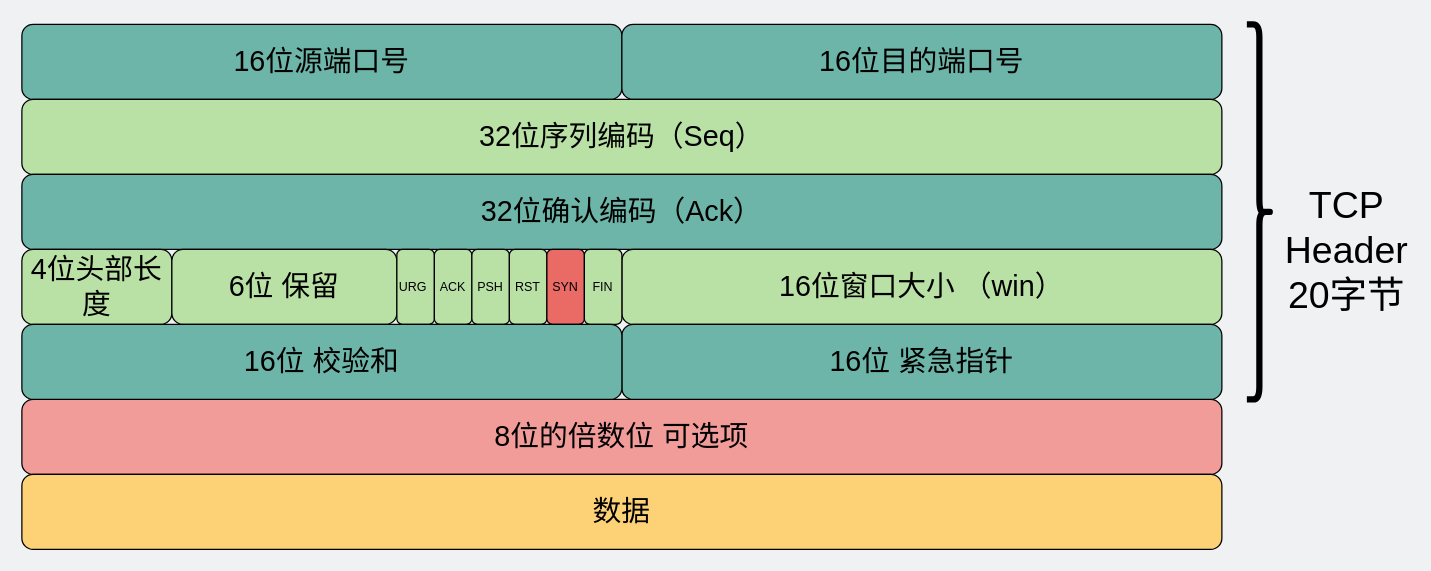
Above: network/tcp报头.drawio in xiaobaiTech/image (draw.io), before the change. Source tidied: cells renumbered, new cells numbered last; positions are measured from the earlier drawing's top-left corner, leaving out a move shared by most shapes. Both pictures are drawn from the tidied source at 125%, with x=0, y=0 at pixel (21, 24).
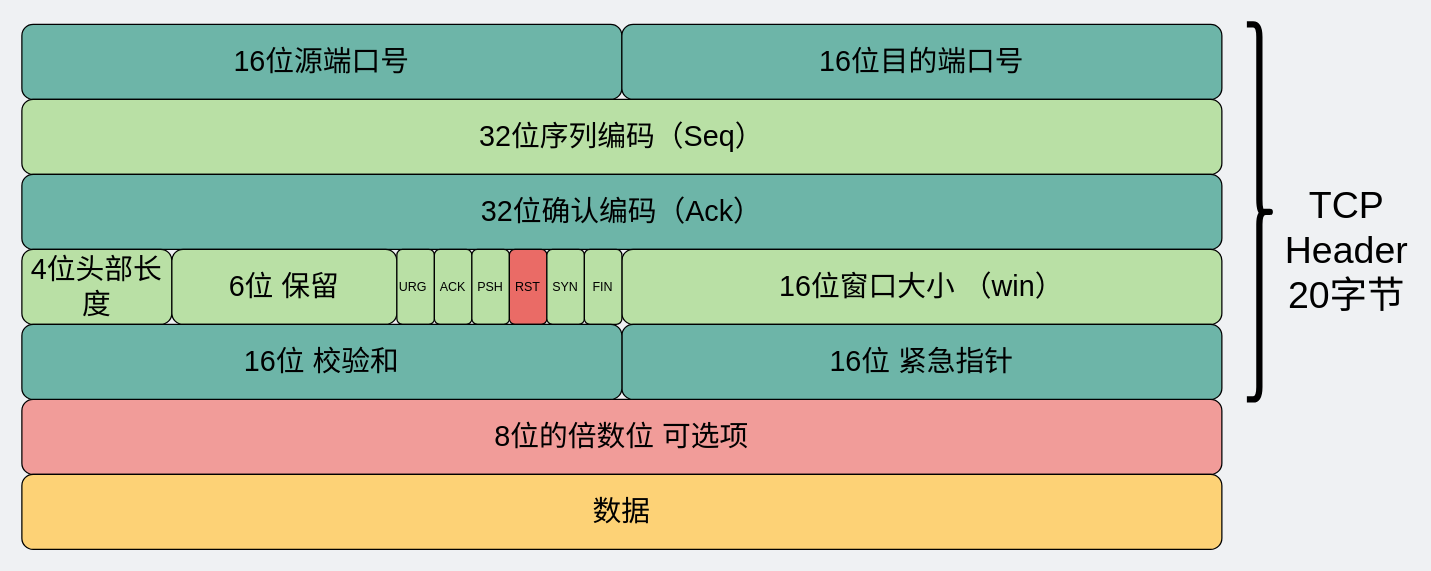
After the change.

The edit, as a diff of the source:
```diff
@@
-    <mxCell id="14" value="RST" style="rounded=1;whiteSpace=wrap;html=1;fontSize=10;fillColor=#B9E0A5;" parent="1" vertex="1">
+    <mxCell id="14" value="RST" style="rounded=1;whiteSpace=wrap;html=1;fontSize=10;fillColor=#EA6B66;" parent="1" vertex="1">
       <mxGeometry x="390" y="180" width="30" height="60" as="geometry" />
     </mxCell>
-    <mxCell id="15" value="SYN" style="rounded=1;whiteSpace=wrap;html=1;fontSize=10;fillColor=#EA6B66;" parent="1" vertex="1">
+    <mxCell id="15" value="SYN" style="rounded=1;whiteSpace=wrap;html=1;fontSize=10;fillColor=#B9E0A5;" parent="1" vertex="1">
       <mxGeometry x="420" y="180" width="30" height="60" as="geometry" />
     </mxCell>
```
